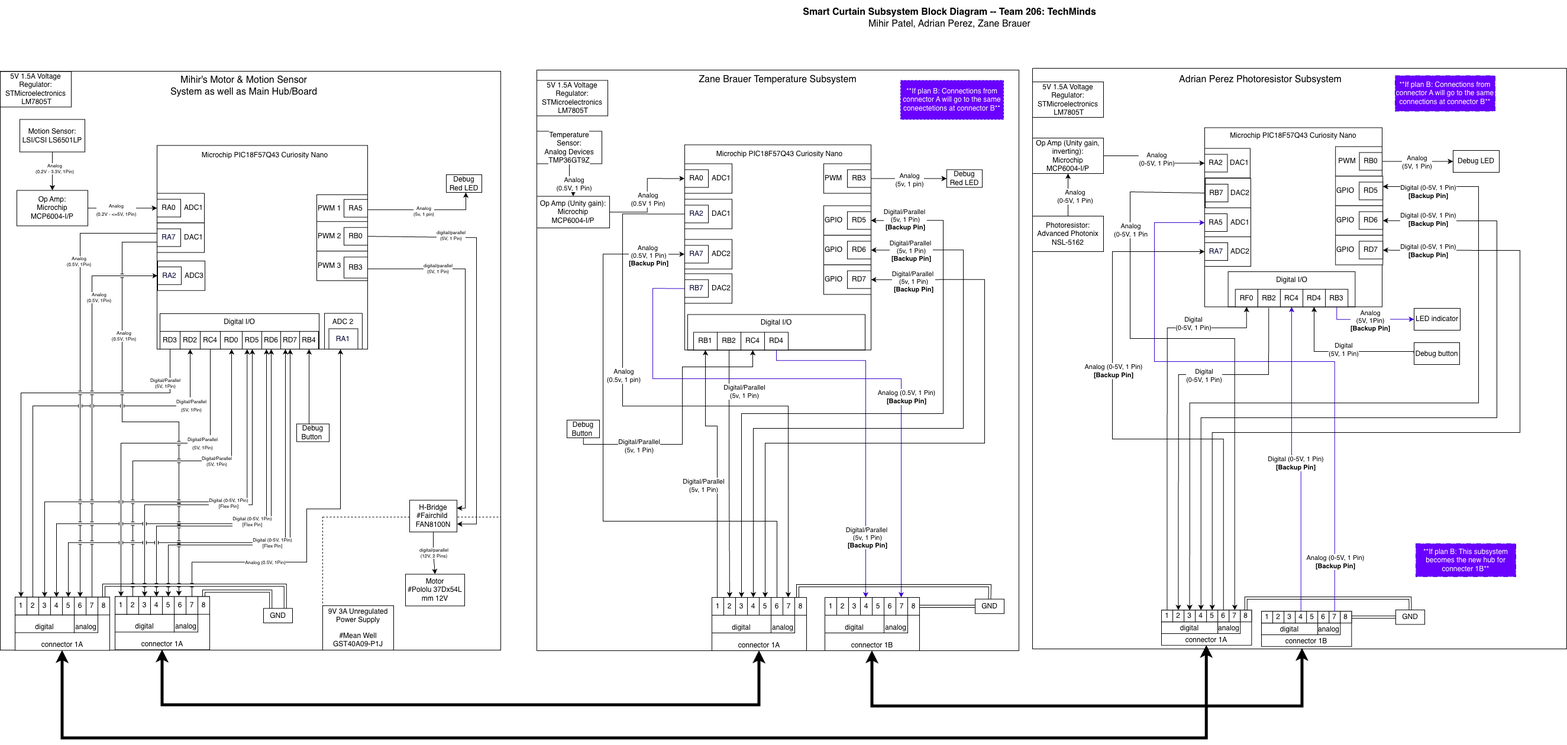
Above: docs/images/Teamblockdiagram.png in ASU-EGR304-2025-F-206/EGR304-TechMinds (draw.io), before the change. Source tidied: cells renumbered, new cells last; positions are measured from the earlier drawing's top-left corner, leaving out a move shared by most shapes.
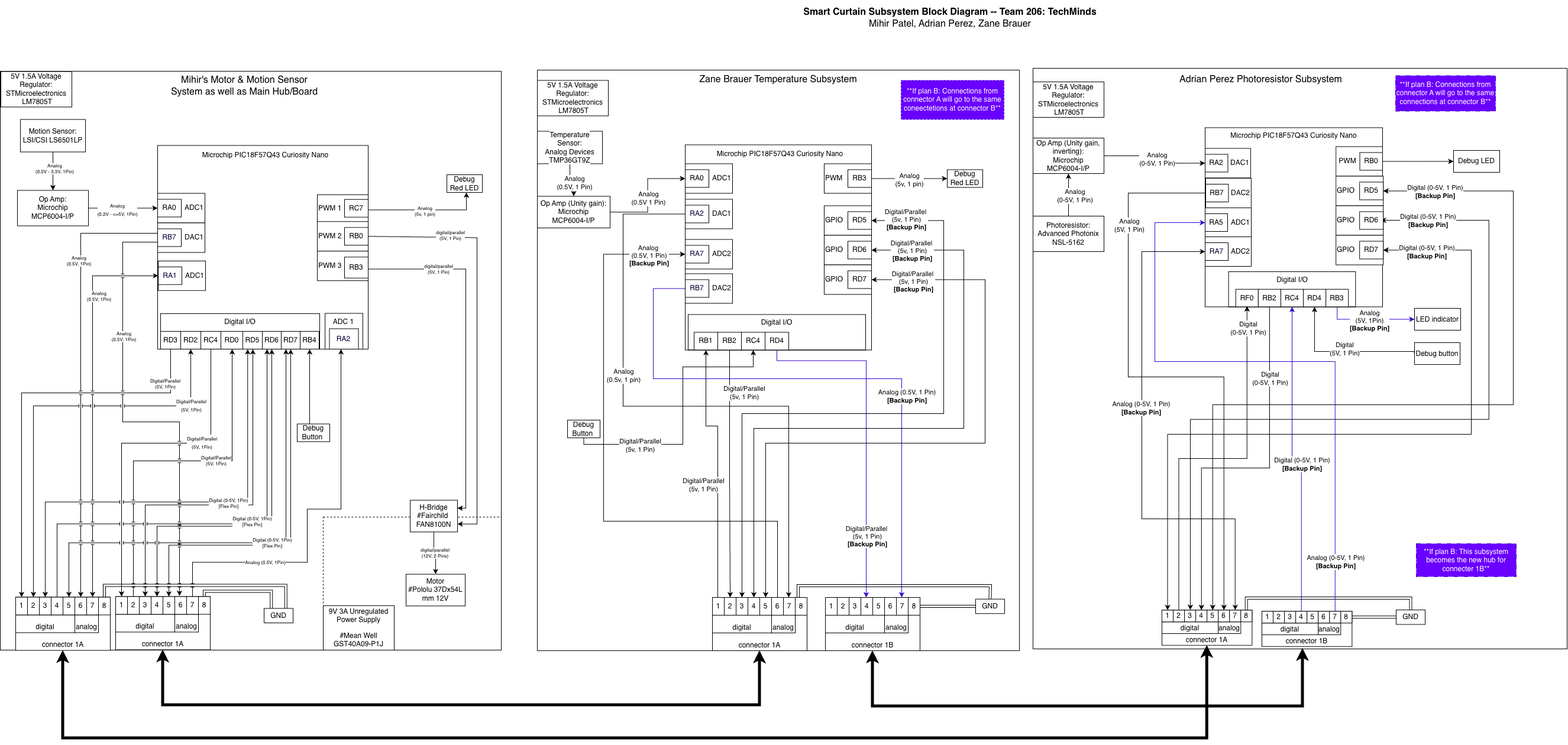
Later version of the same file.

Commit message:
updated block diagram (mihir's block diagram changes)

Diff of the diagram source:
```diff
@@ -62,7 +62,2 @@
     </mxCell>
-    <mxCell id="17" value="Analog&lt;div&gt;(5V, 1 Pin)&lt;/div&gt;" style="edgeLabel;html=1;align=center;verticalAlign=middle;" parent="16" vertex="1">
-      <mxGeometry x="-0.21" y="1" relative="1" as="geometry">
-        <mxPoint x="11" y="1" as="offset" />
-      </mxGeometry>
-    </mxCell>
     <mxCell id="18" value="Digital I/O" style="rounded=0;whiteSpace=wrap;html=1;fillColor=none;verticalAlign=top;" parent="1" vertex="1">
@@ -70,10 +65,2 @@
     </mxCell>
-    <mxCell id="19" style="edgeStyle=orthogonalEdgeStyle;rounded=0;jettySize=auto;html=1;exitX=0.5;exitY=1;exitDx=0;exitDy=0;entryX=0.5;entryY=0;entryDx=0;entryDy=0;startArrow=classic;startFill=1;endArrow=none;endFill=0;" parent="1" edge="1" source="20" target="125">
-      <mxGeometry relative="1" as="geometry">
-        <Array as="points">
-          <mxPoint x="2107" y="554" />
-          <mxPoint x="1973" y="554" />
-        </Array>
-      </mxGeometry>
-    </mxCell>
     <mxCell id="20" value="RF0" style="rounded=0;whiteSpace=wrap;html=1;" parent="1" vertex="1">
@@ -81,2 +68,15 @@
     </mxCell>
+    <mxCell id="291" style="edgeStyle=orthogonalEdgeStyle;rounded=0;jettySize=auto;html=1;exitX=0.5;exitY=1;exitDx=0;exitDy=0;entryX=0.5;entryY=0;entryDx=0;entryDy=0;" parent="1" edge="1" source="21" target="128">
+      <mxGeometry relative="1" as="geometry">
+        <Array as="points">
+          <mxPoint x="2145" y="791" />
+          <mxPoint x="2030" y="791" />
+        </Array>
+      </mxGeometry>
+    </mxCell>
+    <mxCell id="292" value="Digital&lt;br&gt;(0-5V, 1 Pin)" style="edgeLabel;html=1;align=center;verticalAlign=middle;" parent="291" vertex="1">
+      <mxGeometry x="-0.53" relative="1" as="geometry">
+        <mxPoint y="-27" as="offset" />
+      </mxGeometry>
+    </mxCell>
     <mxCell id="21" value="&lt;div&gt;RB2&lt;/div&gt;" style="rounded=0;whiteSpace=wrap;html=1;" parent="1" vertex="1">
@@ -330,17 +330,2 @@
     </mxCell>
-    <mxCell id="91" style="edgeStyle=orthogonalEdgeStyle;rounded=0;jettySize=auto;html=1;exitX=0;exitY=0.5;exitDx=0;exitDy=0;entryX=0.5;entryY=0;entryDx=0;entryDy=0;" parent="1" edge="1" source="26" target="131">
-      <mxGeometry relative="1" as="geometry">
-        <Array as="points">
-          <mxPoint x="2037" y="324" />
-          <mxPoint x="1910" y="324" />
-          <mxPoint x="1910" y="572" />
-          <mxPoint x="2087" y="572" />
-        </Array>
-      </mxGeometry>
-    </mxCell>
-    <mxCell id="92" value="Analog&lt;br&gt;(0-5V, 1 Pin" style="edgeLabel;html=1;align=center;verticalAlign=middle;" parent="91" vertex="1">
-      <mxGeometry x="-0.44" y="2" relative="1" as="geometry">
-        <mxPoint x="-3" y="-93" as="offset" />
-      </mxGeometry>
-    </mxCell>
     <mxCell id="93" style="group;" parent="1" vertex="1">
@@ -386,3 +371,3 @@
       <mxGeometry x="-0.05" y="-1" relative="1" as="geometry">
-        <mxPoint x="-11" y="1" as="offset" />
+        <mxPoint x="-1" y="3" as="offset" />
       </mxGeometry>
@@ -506,7 +491,16 @@
     </mxCell>
-    <mxCell id="143" value="Digital&lt;br&gt;(0-5V, 1 Pin)" style="edgeLabel;html=1;align=center;verticalAlign=middle;" parent="104" vertex="1">
-      <mxGeometry x="594" y="521" as="geometry">
-        <mxPoint x="-324" y="-91" as="offset" />
-      </mxGeometry>
-    </mxCell>
+    <mxCell id="293" style="edgeStyle=orthogonalEdgeStyle;rounded=0;orthogonalLoop=1;jettySize=auto;html=1;exitX=0.75;exitY=0;exitDx=0;exitDy=0;entryX=1;entryY=0.5;entryDx=0;entryDy=0;startArrow=classic;startFill=1;" parent="104" edge="1">
+      <mxGeometry relative="1" as="geometry">
+        <mxPoint x="266" y="916.1" as="sourcePoint" />
+        <mxPoint x="587.8" y="257.1" as="targetPoint" />
+        <Array as="points">
+          <mxPoint x="265.6" y="593.7" />
+          <mxPoint x="770.6" y="593.7" />
+          <mxPoint x="770.6" y="257.7" />
+        </Array>
+      </mxGeometry>
+    </mxCell>
+    <mxCell id="294" value="Digital (0-5V, 1 Pin)&lt;div&gt;&lt;b&gt;[Backup Pin]&lt;/b&gt;&lt;/div&gt;" style="edgeLabel;html=1;align=center;verticalAlign=middle;" parent="293" vertex="1">
+      <mxGeometry x="0.88" relative="1" as="geometry" />
+    </mxCell>
     <mxCell id="144" style="edgeStyle=orthogonalEdgeStyle;rounded=0;jettySize=auto;html=1;exitX=0.5;exitY=0;exitDx=0;exitDy=0;entryX=0;entryY=0.5;entryDx=0;entryDy=0;fillColor=#6a00ff;strokeColor=#3700CC;" parent="1" edge="1" source="119" target="100">
@@ -602,11 +596,2 @@
     </mxCell>
-    <mxCell id="163" style="edgeStyle=orthogonalEdgeStyle;rounded=0;jettySize=auto;html=1;entryX=0.5;entryY=0;entryDx=0;entryDy=0;startArrow=classic;startFill=1;exitX=1;exitY=0.25;exitDx=0;exitDy=0;" parent="1" edge="1" source="164" target="127">
-      <mxGeometry relative="1" as="geometry">
-        <Array as="points">
-          <mxPoint x="2499" y="315" />
-          <mxPoint x="2499" y="681" />
-          <mxPoint x="2011" y="681" />
-        </Array>
-      </mxGeometry>
-    </mxCell>
     <mxCell id="164" value="RD5" style="rounded=0;whiteSpace=wrap;html=1;" parent="1" vertex="1">
@@ -617,12 +602,2 @@
     </mxCell>
-    <mxCell id="166" style="edgeStyle=orthogonalEdgeStyle;rounded=0;jettySize=auto;html=1;exitX=1;exitY=0.5;exitDx=0;exitDy=0;entryX=0.5;entryY=0;entryDx=0;entryDy=0;startArrow=classic;startFill=1;" parent="1" edge="1" source="167" target="128">
-      <mxGeometry relative="1" as="geometry">
-        <Array as="points">
-          <mxPoint x="2350" y="373" />
-          <mxPoint x="2530" y="373" />
-          <mxPoint x="2530" y="706" />
-          <mxPoint x="2030" y="706" />
-        </Array>
-      </mxGeometry>
-    </mxCell>
     <mxCell id="167" value="RD6" style="rounded=0;whiteSpace=wrap;html=1;" parent="1" vertex="1">
@@ -633,12 +608,2 @@
     </mxCell>
-    <mxCell id="169" style="edgeStyle=orthogonalEdgeStyle;rounded=0;jettySize=auto;html=1;exitX=1;exitY=0.5;exitDx=0;exitDy=0;entryX=0.5;entryY=0;entryDx=0;entryDy=0;startArrow=classic;startFill=1;" parent="1" edge="1" source="170" target="129">
-      <mxGeometry relative="1" as="geometry">
-        <Array as="points">
-          <mxPoint x="2352" y="423" />
-          <mxPoint x="2569" y="423" />
-          <mxPoint x="2569" y="731" />
-          <mxPoint x="2049" y="731" />
-        </Array>
-      </mxGeometry>
-    </mxCell>
     <mxCell id="170" value="RD7" style="rounded=0;whiteSpace=wrap;html=1;" parent="1" vertex="1">
@@ -667,8 +632,2 @@
     </mxCell>
-    <mxCell id="176" value="Digital (0-5V, 1 Pin)&lt;div&gt;&lt;b&gt;[Backup Pin]&lt;/b&gt;&lt;/div&gt;" style="edgeLabel;html=1;align=center;verticalAlign=middle;" parent="1" vertex="1">
-      <mxGeometry x="2412" y="322.5" as="geometry" />
-    </mxCell>
-    <mxCell id="177" value="Digital (0-5V, 1 Pin)&lt;div&gt;&lt;b&gt;[Backup Pin]&lt;/b&gt;&lt;/div&gt;" style="edgeLabel;html=1;align=center;verticalAlign=middle;" parent="1" vertex="1">
-      <mxGeometry x="2412" y="369" as="geometry" />
-    </mxCell>
     <mxCell id="178" style="group;" parent="1" vertex="1">
@@ -682,31 +641,2 @@
     </mxCell>
-    <mxCell id="181" style="edgeStyle=orthogonalEdgeStyle;rounded=0;jettySize=auto;html=1;exitX=0;exitY=0.5;exitDx=0;exitDy=0;entryX=0.5;entryY=0;entryDx=0;entryDy=0;startArrow=classic;startFill=1;endArrow=none;endFill=0;" parent="1" edge="1" source="179" target="130">
-      <mxGeometry relative="1" as="geometry">
-        <Array as="points">
-          <mxPoint x="1880" y="425" />
-          <mxPoint x="1880" y="742" />
-          <mxPoint x="2068" y="742" />
-        </Array>
-      </mxGeometry>
-    </mxCell>
-    <mxCell id="182" value="Analog (0-5V, 1 Pin)&lt;div&gt;&lt;b&gt;[Backup Pin]&lt;/b&gt;&lt;/div&gt;" style="edgeLabel;html=1;align=center;verticalAlign=middle;" parent="181" vertex="1">
-      <mxGeometry x="-0.25" relative="1" as="geometry" />
-    </mxCell>
-    <mxCell id="183" style="edgeStyle=orthogonalEdgeStyle;rounded=0;jettySize=auto;html=1;exitX=0.32;exitY=1.028;exitDx=0;exitDy=0;entryX=0.5;entryY=0;entryDx=0;entryDy=0;exitPerimeter=0;" parent="1" edge="1" source="18" target="126">
-      <mxGeometry relative="1" as="geometry">
-        <Array as="points">
-          <mxPoint x="2144" y="537" />
-          <mxPoint x="2144" y="633" />
-          <mxPoint x="1992" y="633" />
-        </Array>
-      </mxGeometry>
-    </mxCell>
-    <mxCell id="184" value="Digital&lt;br&gt;(0-5V, 1 Pin)" style="edgeLabel;html=1;align=center;verticalAlign=middle;" parent="1" vertex="1">
-      <mxGeometry x="2012" y="631" as="geometry">
-        <mxPoint x="21" y="2" as="offset" />
-      </mxGeometry>
-    </mxCell>
-    <mxCell id="185" value="Digital (0-5V, 1 Pin)&lt;div&gt;&lt;b&gt;[Backup Pin]&lt;/b&gt;&lt;/div&gt;" style="edgeLabel;html=1;align=center;verticalAlign=middle;" parent="1" vertex="1">
-      <mxGeometry x="2412" y="422.5" as="geometry" />
-    </mxCell>
     <mxCell id="186" style="rounded=0;whiteSpace=wrap;html=1;verticalAlign=top;fillColor=none;labelBackgroundColor=default;fontColor=none;noLabel=1;direction=west;" parent="1" vertex="1">
@@ -747,3 +677,3 @@
     </mxCell>
-    <mxCell id="195" value="RA5" style="rounded=0;whiteSpace=wrap;html=1;" parent="1" vertex="1">
+    <mxCell id="195" value="RC7" style="rounded=0;whiteSpace=wrap;html=1;" parent="1" vertex="1">
       <mxGeometry x="581" y="336.8" width="40" height="30" as="geometry" />
@@ -813,6 +743,6 @@
     </mxCell>
-    <mxCell id="217" value="ADC3" style="rounded=0;whiteSpace=wrap;html=1;align=right;" parent="216" vertex="1">
+    <mxCell id="217" value="ADC1" style="rounded=0;whiteSpace=wrap;html=1;align=right;" parent="216" vertex="1">
       <mxGeometry width="80" height="50" as="geometry" />
     </mxCell>
-    <mxCell id="218" value="&lt;font style=&quot;color: rgb(0, 0, 51);&quot;&gt;RA2&lt;/font&gt;" style="rounded=0;whiteSpace=wrap;html=1;" parent="216" vertex="1">
+    <mxCell id="218" value="&lt;font style=&quot;color: rgb(0, 0, 51);&quot;&gt;RA1&lt;/font&gt;" style="rounded=0;whiteSpace=wrap;html=1;" parent="216" vertex="1">
       <mxGeometry y="10" width="40" height="30" as="geometry" />
@@ -832,3 +762,3 @@
     <mxCell id="223" style="rounded=0;whiteSpace=wrap;html=1;fillColor=none;verticalAlign=top;" parent="1" vertex="1">
-      <mxGeometry y="120" width="846" height="979" as="geometry" />
+      <mxGeometry x="-1" y="120" width="847" height="979" as="geometry" />
     </mxCell>
@@ -927,6 +857,6 @@
     </mxCell>
-    <mxCell id="251" value="&lt;font style=&quot;color: rgb(0, 0, 51);&quot;&gt;RA1&lt;/font&gt;" style="rounded=0;whiteSpace=wrap;html=1;" parent="249" vertex="1">
+    <mxCell id="251" value="&lt;font style=&quot;color: rgb(0, 0, 51);&quot;&gt;RA2&lt;/font&gt;" style="rounded=0;whiteSpace=wrap;html=1;" parent="249" vertex="1">
       <mxGeometry x="24.5" y="23" width="49" height="34.5" as="geometry" />
     </mxCell>
-    <mxCell id="252" value="ADC 2" style="text;html=1;whiteSpace=wrap;strokeColor=none;fillColor=none;align=center;verticalAlign=middle;rounded=0;" parent="249" vertex="1">
+    <mxCell id="252" value="ADC 1" style="text;html=1;whiteSpace=wrap;strokeColor=none;fillColor=none;align=center;verticalAlign=middle;rounded=0;" parent="249" vertex="1">
       <mxGeometry x="3.4" y="-3" width="91.2" height="30" as="geometry" />
@@ -939,3 +869,3 @@
     </mxCell>
-    <mxCell id="255" value="&lt;font style=&quot;color: rgb(0, 0, 51);&quot;&gt;RA7&lt;/font&gt;" style="rounded=0;whiteSpace=wrap;html=1;" parent="253" vertex="1">
+    <mxCell id="255" value="&lt;font style=&quot;color: rgb(0, 0, 51);&quot;&gt;RB7&lt;/font&gt;" style="rounded=0;whiteSpace=wrap;html=1;" parent="253" vertex="1">
       <mxGeometry y="10" width="40" height="30" as="geometry" />
@@ -1010,3 +940,3 @@
     </mxCell>
-    <mxCell id="269" style="edgeStyle=orthogonalEdgeStyle;rounded=0;jettySize=auto;html=1;exitX=0.5;exitY=0;exitDx=0;exitDy=0;entryX=0.25;entryY=1;entryDx=0;entryDy=0;jumpStyle=line;startArrow=classic;startFill=1;" parent="1" edge="1" source="237" target="222">
+    <mxCell id="269" style="edgeStyle=orthogonalEdgeStyle;rounded=0;jettySize=auto;html=1;exitX=0.5;exitY=0;exitDx=0;exitDy=0;entryX=0.25;entryY=1;entryDx=0;entryDy=0;jumpStyle=line;startArrow=none;startFill=0;" parent="1" edge="1" source="237" target="222">
       <mxGeometry relative="1" as="geometry">
@@ -1094,3 +1024,3 @@
     </mxCell>
-    <mxCell id="283" style="edgeStyle=orthogonalEdgeStyle;rounded=0;jettySize=auto;html=1;exitX=0.5;exitY=0;exitDx=0;exitDy=0;entryX=0;entryY=0.5;entryDx=0;entryDy=0;jumpStyle=line;" parent="1" edge="1" source="240" target="218">
+    <mxCell id="283" style="edgeStyle=orthogonalEdgeStyle;rounded=0;jettySize=auto;html=1;exitX=0.5;exitY=0;exitDx=0;exitDy=0;entryX=0;entryY=0.5;entryDx=0;entryDy=0;jumpStyle=line;startArrow=classic;startFill=1;" parent="1" edge="1" source="240" target="218">
       <mxGeometry relative="1" as="geometry" />
@@ -1115,3 +1045,3 @@
     </mxCell>
-    <mxCell id="287" style="edgeStyle=orthogonalEdgeStyle;rounded=0;jettySize=auto;html=1;exitX=0;exitY=0.25;exitDx=0;exitDy=0;entryX=0.5;entryY=0;entryDx=0;entryDy=0;jumpStyle=line;" parent="1" edge="1" source="255" target="239">
+    <mxCell id="287" style="edgeStyle=orthogonalEdgeStyle;rounded=0;jettySize=auto;html=1;exitX=0;exitY=0.25;exitDx=0;exitDy=0;entryX=0.5;entryY=0;entryDx=0;entryDy=0;jumpStyle=line;startArrow=none;startFill=0;endArrow=classic;endFill=1;" parent="1" edge="1" source="255" target="239">
       <mxGeometry relative="1" as="geometry" />
@@ -1123,3 +1053,3 @@
     </mxCell>
-    <mxCell id="289" style="edgeStyle=orthogonalEdgeStyle;rounded=0;jettySize=auto;html=1;exitX=0.5;exitY=0;exitDx=0;exitDy=0;entryX=0.5;entryY=1;entryDx=0;entryDy=0;jumpStyle=line;" parent="1" edge="1" source="235" target="219">
+    <mxCell id="289" style="edgeStyle=orthogonalEdgeStyle;rounded=0;jettySize=auto;html=1;exitX=0.5;exitY=0;exitDx=0;exitDy=0;entryX=0.5;entryY=1;entryDx=0;entryDy=0;jumpStyle=line;startArrow=classic;startFill=1;endArrow=classic;endFill=1;" parent="1" edge="1" source="235" target="219">
       <mxGeometry relative="1" as="geometry">
@@ -1136,2 +1066,58 @@
     </mxCell>
+    <mxCell id="295" style="edgeStyle=orthogonalEdgeStyle;rounded=0;jettySize=auto;html=1;exitX=0.5;exitY=0;exitDx=0;exitDy=0;entryX=0.145;entryY=0.981;entryDx=0;entryDy=0;entryPerimeter=0;" parent="1" edge="1" source="126" target="18">
+      <mxGeometry relative="1" as="geometry" />
+    </mxCell>
+    <mxCell id="296" value="Digital&lt;br&gt;(0-5V, 1 Pin)" style="edgeLabel;html=1;align=center;verticalAlign=middle;" parent="295" vertex="1">
+      <mxGeometry x="0.88" y="-1" relative="1" as="geometry" />
+    </mxCell>
+    <mxCell id="297" style="edgeStyle=orthogonalEdgeStyle;rounded=0;jettySize=auto;html=1;exitX=0;exitY=0.5;exitDx=0;exitDy=0;entryX=0.5;entryY=0;entryDx=0;entryDy=0;" parent="1" edge="1" source="26" target="130">
+      <mxGeometry relative="1" as="geometry">
+        <Array as="points">
+          <mxPoint x="1906" y="326" />
+          <mxPoint x="1906" y="637" />
+          <mxPoint x="2068" y="637" />
+        </Array>
+      </mxGeometry>
+    </mxCell>
+    <mxCell id="17" value="Analog&lt;div&gt;(5V, 1 Pin)&lt;/div&gt;" style="edgeLabel;html=1;align=center;verticalAlign=middle;" parent="297" vertex="1">
+      <mxGeometry x="-0.63" y="1" relative="1" as="geometry" />
+    </mxCell>
+    <mxCell id="298" style="edgeStyle=orthogonalEdgeStyle;rounded=0;jettySize=auto;html=1;exitX=0.5;exitY=0;exitDx=0;exitDy=0;entryX=1;entryY=0.5;entryDx=0;entryDy=0;startArrow=classic;startFill=1;" parent="1" edge="1" source="125" target="170">
+      <mxGeometry relative="1" as="geometry">
+        <Array as="points">
+          <mxPoint x="1973" y="734" />
+          <mxPoint x="2486" y="734" />
+          <mxPoint x="2486" y="423" />
+        </Array>
+      </mxGeometry>
+    </mxCell>
+    <mxCell id="299" value="Digital (0-5V, 1 Pin)&lt;div&gt;&lt;b&gt;[Backup Pin]&lt;/b&gt;&lt;/div&gt;" style="edgeLabel;html=1;align=center;verticalAlign=middle;" parent="298" vertex="1">
+      <mxGeometry x="0.88" y="2" relative="1" as="geometry">
+        <mxPoint x="-1" as="offset" />
+      </mxGeometry>
+    </mxCell>
+    <mxCell id="300" style="edgeStyle=orthogonalEdgeStyle;rounded=0;jettySize=auto;html=1;exitX=0.5;exitY=0;exitDx=0;exitDy=0;entryX=1;entryY=0.5;entryDx=0;entryDy=0;startArrow=classic;startFill=1;" parent="1" edge="1" source="129" target="164">
+      <mxGeometry relative="1" as="geometry">
+        <Array as="points">
+          <mxPoint x="2049" y="684" />
+          <mxPoint x="2557" y="684" />
+          <mxPoint x="2557" y="323" />
+        </Array>
+      </mxGeometry>
+    </mxCell>
+    <mxCell id="301" value="Digital (0-5V, 1 Pin)&lt;div&gt;&lt;b&gt;[Backup Pin]&lt;/b&gt;&lt;/div&gt;" style="edgeLabel;html=1;align=center;verticalAlign=middle;" parent="300" vertex="1">
+      <mxGeometry x="0.88" relative="1" as="geometry" />
+    </mxCell>
+    <mxCell id="302" style="edgeStyle=orthogonalEdgeStyle;rounded=0;jettySize=auto;html=1;exitX=0.5;exitY=0;exitDx=0;exitDy=0;entryX=0;entryY=0.5;entryDx=0;entryDy=0;startArrow=classic;startFill=1;" parent="1" edge="1" source="131" target="180">
+      <mxGeometry relative="1" as="geometry">
+        <Array as="points">
+          <mxPoint x="2087" y="877" />
+          <mxPoint x="1929" y="877" />
+          <mxPoint x="1929" y="425" />
+        </Array>
+      </mxGeometry>
+    </mxCell>
+    <mxCell id="182" value="Analog (0-5V, 1 Pin)&lt;div&gt;&lt;b&gt;[Backup Pin]&lt;/b&gt;&lt;/div&gt;" style="edgeLabel;html=1;align=center;verticalAlign=middle;" parent="302" vertex="1">
+      <mxGeometry x="0.15" y="2" relative="1" as="geometry" />
+    </mxCell>
   </root>
```
